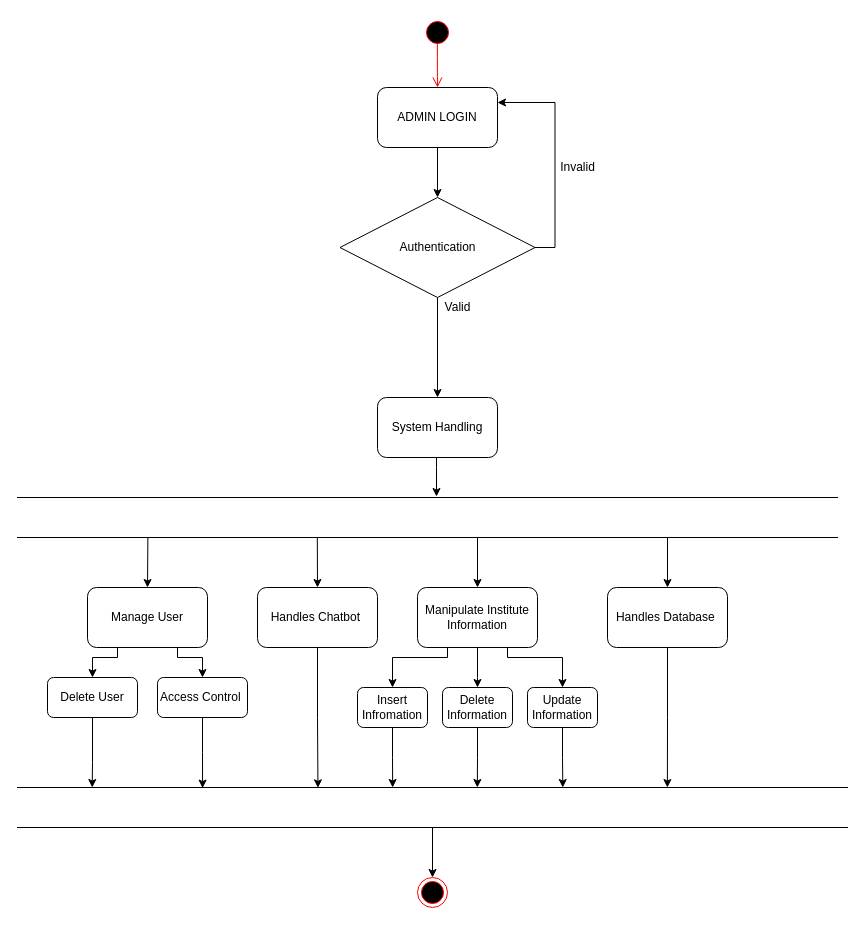
This is page "Page-1" (1 of 2) of Material/activity_diagram.drawio from BrijeshJagad/Final-Project, a draw.io file, before an edit. Source tidied: cells renumbered, new cells numbered last; positions are measured from the earlier drawing's top-left corner, leaving out a move shared by most shapes. Both pictures are drawn from the tidied source at 100%, with x=0, y=0 at pixel (17, 17).
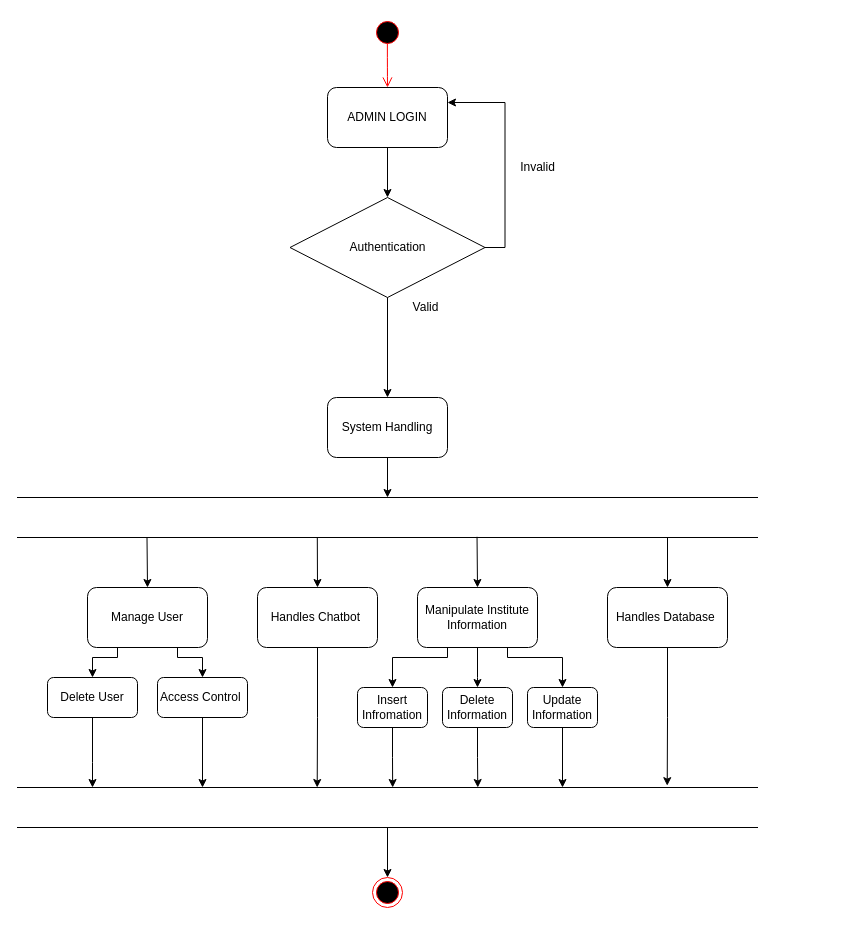
The same page after the edit.

Unchanged cells that the change refers to:
```xml
<mxCell id="13" value="Manage User" style="rounded=1;whiteSpace=wrap;html=1;" parent="1" vertex="1">
  <mxGeometry x="70" y="570" width="120" height="60" as="geometry" />
</mxCell>
<mxCell id="15" value="Handles Chatbot&amp;nbsp;" style="rounded=1;whiteSpace=wrap;html=1;" parent="1" vertex="1">
  <mxGeometry x="240" y="570" width="120" height="60" as="geometry" />
</mxCell>
<mxCell id="25" value="Handles Database&amp;nbsp;" style="rounded=1;whiteSpace=wrap;html=1;" parent="1" vertex="1">
  <mxGeometry x="590" y="570" width="120" height="60" as="geometry" />
</mxCell>
<mxCell id="30" value="Insert&lt;br&gt;Infromation" style="rounded=1;whiteSpace=wrap;html=1;" parent="1" vertex="1">
  <mxGeometry x="340" y="670" width="70" height="40" as="geometry" />
</mxCell>
<mxCell id="31" value="Delete Information" style="rounded=1;whiteSpace=wrap;html=1;" parent="1" vertex="1">
  <mxGeometry x="425" y="670" width="70" height="40" as="geometry" />
</mxCell>
<mxCell id="32" value="Update Information" style="rounded=1;whiteSpace=wrap;html=1;" parent="1" vertex="1">
  <mxGeometry x="510" y="670" width="70" height="40" as="geometry" />
</mxCell>
<mxCell id="33" value="Delete User" style="rounded=1;whiteSpace=wrap;html=1;" parent="1" vertex="1">
  <mxGeometry x="30" y="660" width="90" height="40" as="geometry" />
</mxCell>
<mxCell id="35" value="Access Control&amp;nbsp;" style="rounded=1;whiteSpace=wrap;html=1;" parent="1" vertex="1">
  <mxGeometry x="140" y="660" width="90" height="40" as="geometry" />
</mxCell>
```

The edit, as a diff of the source:
```diff
@@
     <mxCell id="2" style="ellipse;html=1;shape=startState;fillColor=#000000;strokeColor=#ff0000;" parent="1" vertex="1">
-      <mxGeometry x="405" width="30" height="30" as="geometry" />
+      <mxGeometry x="355" width="30" height="30" as="geometry" />
     </mxCell>
@@
     <mxCell id="4" style="ellipse;html=1;shape=endState;fillColor=#000000;strokeColor=#ff0000;" parent="1" vertex="1">
-      <mxGeometry x="400" y="860" width="30" height="30" as="geometry" />
+      <mxGeometry x="355" y="860" width="30" height="30" as="geometry" />
     </mxCell>
@@
     <mxCell id="6" value="ADMIN LOGIN" style="rounded=1;whiteSpace=wrap;html=1;" parent="1" vertex="1">
-      <mxGeometry x="360" y="70" width="120" height="60" as="geometry" />
+      <mxGeometry x="310" y="70" width="120" height="60" as="geometry" />
     </mxCell>
@@
     <mxCell id="8" value="Authentication" style="rhombus;whiteSpace=wrap;html=1;" parent="1" vertex="1">
-      <mxGeometry x="322.5" y="180" width="195" height="100" as="geometry" />
+      <mxGeometry x="272.5" y="180" width="195" height="100" as="geometry" />
     </mxCell>
     <mxCell id="9" value="Invalid" style="text;html=1;align=center;verticalAlign=middle;" parent="1" vertex="1">
-      <mxGeometry x="535" y="140" width="50" height="20" as="geometry" />
+      <mxGeometry x="495" y="140" width="50" height="20" as="geometry" />
     </mxCell>
-    <mxCell id="10" style="endArrow=classic;html=1;exitX=0.5;exitY=1;exitDx=0;exitDy=0;" parent="1" edge="1" source="8">
-      <mxGeometry relative="1" as="geometry">
-        <mxPoint x="420" y="380" as="targetPoint" />
-      </mxGeometry>
+    <mxCell id="10" style="endArrow=classic;html=1;exitX=0.5;exitY=1;exitDx=0;exitDy=0;entryX=0.5;entryY=0;entryDx=0;entryDy=0;" parent="1" edge="1" source="8" target="21">
+      <mxGeometry relative="1" as="geometry" />
     </mxCell>
@@
-    <mxCell id="14" style="edgeStyle=orthogonalEdgeStyle;rounded=0;jettySize=auto;html=1;entryX=0.362;entryY=0.008;entryDx=0;entryDy=0;entryPerimeter=0;" parent="1" edge="1" source="15" target="39">
+    <mxCell id="14" style="edgeStyle=orthogonalEdgeStyle;rounded=0;jettySize=auto;html=1;entryX=0.405;entryY=0;entryDx=0;entryDy=0;entryPerimeter=0;" parent="1" edge="1" source="15" target="39">
       <mxGeometry relative="1" as="geometry" />
     </mxCell>
@@
-    <mxCell id="20" style="edgeStyle=orthogonalEdgeStyle;rounded=0;jettySize=auto;html=1;" parent="1" edge="1" source="21">
+    <mxCell id="20" style="edgeStyle=orthogonalEdgeStyle;rounded=0;jettySize=auto;html=1;entryX=0.5;entryY=0;entryDx=0;entryDy=0;exitX=0.5;exitY=1;exitDx=0;exitDy=0;" parent="1" edge="1" source="21" target="23">
       <mxGeometry relative="1" as="geometry">
-        <mxPoint x="419" y="479" as="targetPoint" />
         <Array as="points">
-          <mxPoint x="419" y="450" />
-          <mxPoint x="419" y="450" />
+          <mxPoint x="370" y="440" />
         </Array>
       </mxGeometry>
     </mxCell>
     <mxCell id="21" value="System Handling" style="rounded=1;whiteSpace=wrap;html=1;" parent="1" vertex="1">
-      <mxGeometry x="360" y="380" width="120" height="60" as="geometry" />
+      <mxGeometry x="310" y="380" width="120" height="60" as="geometry" />
     </mxCell>
     <mxCell id="22" value="Valid" style="text;html=1;align=center;verticalAlign=middle;" parent="1" vertex="1">
-      <mxGeometry x="420" y="280" width="40" height="20" as="geometry" />
+      <mxGeometry x="388" y="280" width="40" height="20" as="geometry" />
     </mxCell>
     <mxCell id="23" style="shape=partialRectangle;whiteSpace=wrap;html=1;left=0;right=0;fillColor=none;" parent="1" vertex="1">
-      <mxGeometry y="480" width="820" height="40" as="geometry" />
+      <mxGeometry y="480" width="740" height="40" as="geometry" />
     </mxCell>
-    <mxCell id="24" style="edgeStyle=orthogonalEdgeStyle;rounded=0;jettySize=auto;html=1;entryX=0.783;entryY=0;entryDx=0;entryDy=0;entryPerimeter=0;exitX=0.5;exitY=1;exitDx=0;exitDy=0;" parent="1" edge="1" source="25" target="39">
+    <mxCell id="24" style="edgeStyle=orthogonalEdgeStyle;rounded=0;jettySize=auto;html=1;entryX=0.878;entryY=-0.046;entryDx=0;entryDy=0;entryPerimeter=0;exitX=0.5;exitY=1;exitDx=0;exitDy=0;" parent="1" edge="1" source="25" target="39">
       <mxGeometry relative="1" as="geometry" />
     </mxCell>
@@
-    <mxCell id="26" style="endArrow=classic;html=1;exitX=0.159;exitY=0.993;exitDx=0;exitDy=0;exitPerimeter=0;entryX=0.5;entryY=0;entryDx=0;entryDy=0;" parent="1" edge="1" source="23" target="13">
+    <mxCell id="26" style="endArrow=classic;html=1;exitX=0.175;exitY=1.009;exitDx=0;exitDy=0;exitPerimeter=0;entryX=0.5;entryY=0;entryDx=0;entryDy=0;" parent="1" edge="1" source="23" target="13">
       <mxGeometry relative="1" as="geometry" />
     </mxCell>
@@
-    <mxCell id="28" style="endArrow=classic;html=1;exitX=0.561;exitY=1.004;exitDx=0;exitDy=0;exitPerimeter=0;" parent="1" edge="1" source="23">
+    <mxCell id="28" style="endArrow=classic;html=1;exitX=0.621;exitY=0.983;exitDx=0;exitDy=0;exitPerimeter=0;" parent="1" edge="1" source="23">
       <mxGeometry relative="1" as="geometry">
         <mxPoint x="460" y="570" as="targetPoint" />
       </mxGeometry>
     </mxCell>
@@
-    <mxCell id="34" style="edgeStyle=orthogonalEdgeStyle;rounded=0;jettySize=auto;html=1;exitX=0.5;exitY=1;exitDx=0;exitDy=0;entryX=0.223;entryY=0.015;entryDx=0;entryDy=0;entryPerimeter=0;" parent="1" edge="1" source="35" target="39">
+    <mxCell id="34" style="edgeStyle=orthogonalEdgeStyle;rounded=0;jettySize=auto;html=1;exitX=0.5;exitY=1;exitDx=0;exitDy=0;entryX=0.25;entryY=0;entryDx=0;entryDy=0;" parent="1" edge="1" source="35" target="39">
       <mxGeometry relative="1" as="geometry" />
     </mxCell>
@@
-    <mxCell id="36" style="edgeStyle=orthogonalEdgeStyle;rounded=0;jettySize=auto;html=1;exitX=0.5;exitY=1;exitDx=0;exitDy=0;entryX=0.452;entryY=0;entryDx=0;entryDy=0;entryPerimeter=0;" parent="1" edge="1" source="30" target="39">
+    <mxCell id="36" style="edgeStyle=orthogonalEdgeStyle;rounded=0;jettySize=auto;html=1;exitX=0.5;exitY=1;exitDx=0;exitDy=0;entryX=0.507;entryY=0;entryDx=0;entryDy=0;entryPerimeter=0;" parent="1" edge="1" source="30" target="39">
       <mxGeometry relative="1" as="geometry" />
     </mxCell>
-    <mxCell id="37" style="edgeStyle=orthogonalEdgeStyle;rounded=0;jettySize=auto;html=1;exitX=0.5;exitY=1;exitDx=0;exitDy=0;entryX=0.554;entryY=0;entryDx=0;entryDy=0;entryPerimeter=0;" parent="1" edge="1" source="31" target="39">
+    <mxCell id="37" style="edgeStyle=orthogonalEdgeStyle;rounded=0;jettySize=auto;html=1;exitX=0.5;exitY=1;exitDx=0;exitDy=0;entryX=0.622;entryY=0;entryDx=0;entryDy=0;entryPerimeter=0;" parent="1" edge="1" source="31" target="39">
       <mxGeometry relative="1" as="geometry" />
     </mxCell>
@@
     <mxCell id="39" style="shape=partialRectangle;whiteSpace=wrap;html=1;left=0;right=0;fillColor=none;" parent="1" vertex="1">
-      <mxGeometry y="770" width="830" height="40" as="geometry" />
+      <mxGeometry y="770" width="740" height="40" as="geometry" />
     </mxCell>
-    <mxCell id="40" style="edgeStyle=orthogonalEdgeStyle;rounded=0;jettySize=auto;html=1;exitX=0.5;exitY=1;exitDx=0;exitDy=0;entryX=0.09;entryY=0;entryDx=0;entryDy=0;entryPerimeter=0;" parent="1" edge="1" source="33" target="39">
+    <mxCell id="40" style="edgeStyle=orthogonalEdgeStyle;rounded=0;jettySize=auto;html=1;exitX=0.5;exitY=1;exitDx=0;exitDy=0;" parent="1" edge="1" source="33">
       <mxGeometry relative="1" as="geometry">
+        <mxPoint x="75" y="770" as="targetPoint" />
         <Array as="points">
           <mxPoint x="75" y="745" />
           <mxPoint x="75" y="745" />
         </Array>
       </mxGeometry>
     </mxCell>
-    <mxCell id="41" style="edgeStyle=orthogonalEdgeStyle;rounded=0;jettySize=auto;html=1;exitX=0.5;exitY=1;exitDx=0;exitDy=0;entryX=0.657;entryY=0;entryDx=0;entryDy=0;entryPerimeter=0;" parent="1" edge="1" source="32" target="39">
-      <mxGeometry relative="1" as="geometry" />
+    <mxCell id="41" style="edgeStyle=orthogonalEdgeStyle;rounded=0;jettySize=auto;html=1;exitX=0.5;exitY=1;exitDx=0;exitDy=0;" parent="1" edge="1" source="32">
+      <mxGeometry relative="1" as="geometry">
+        <mxPoint x="545" y="770" as="targetPoint" />
+        <Array as="points">
+          <mxPoint x="545" y="770" />
+        </Array>
+      </mxGeometry>
     </mxCell>
```
